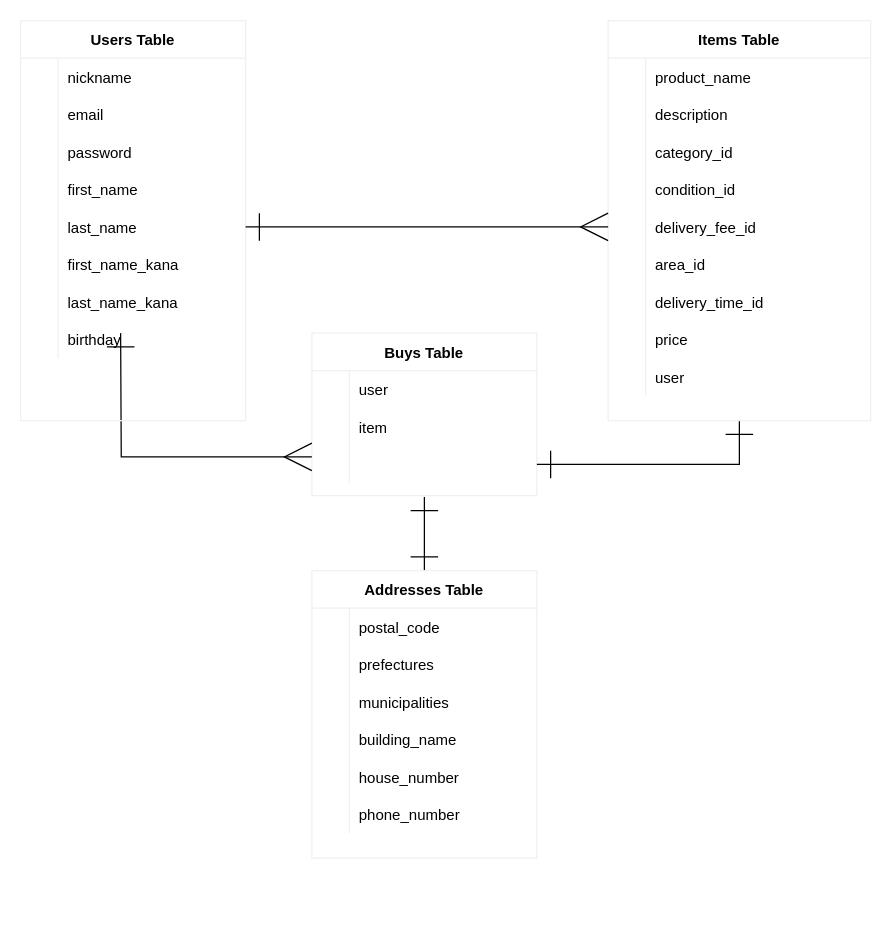
Above: ER.dio in Bach42b/furima-32402 (draw.io), before the change. Source tidied: cells renumbered, new cells numbered last; positions are measured from the earlier drawing's top-left corner, leaving out a move shared by most shapes. Both pictures are drawn from the tidied source at 125%, with x=0, y=0 at pixel (20, 20).
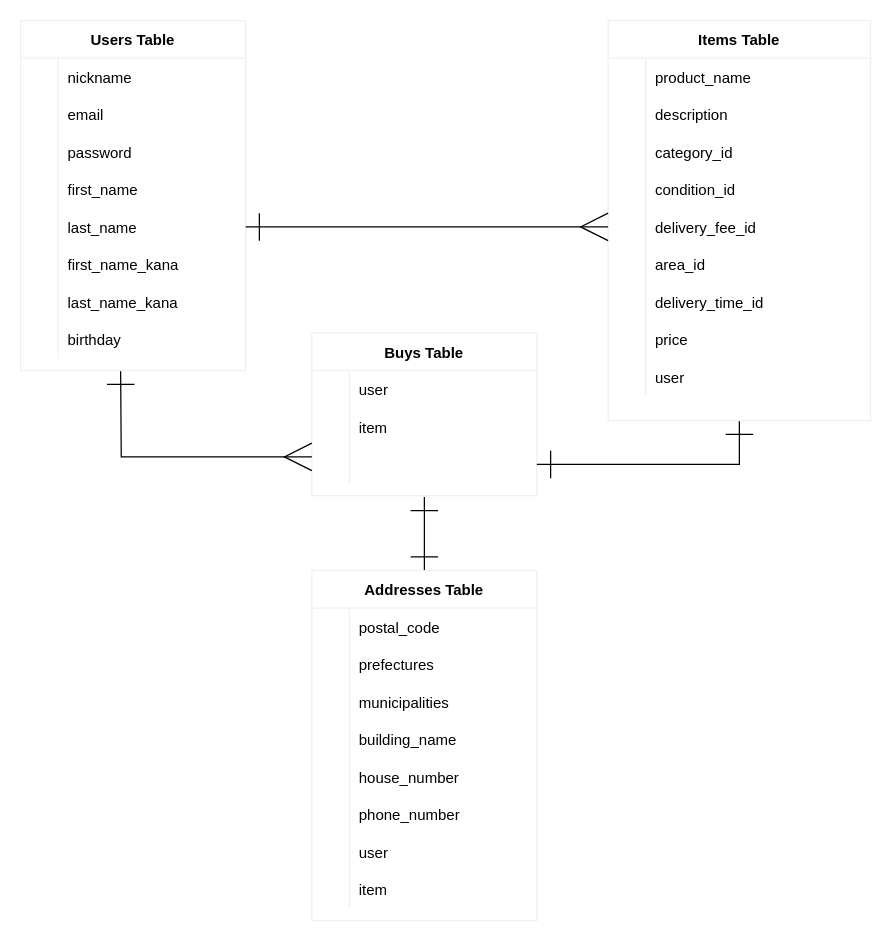
After the change.

Commit message:
データベース設計修正(3)　ER図

Unchanged cells that the change refers to:
```xml
<mxCell id="10" style="shape=partialRectangle;fillColor=none;top=0;left=0;bottom=0;right=0;points=[[0,0.5],[1,0.5]];portConstraint=eastwest;" parent="3" vertex="1">
  <mxGeometry y="90" width="180" height="30" as="geometry" />
</mxCell>
```

Diff of the diagram source:
```diff
@@
     <mxCell id="13" style="edgeStyle=orthogonalEdgeStyle;rounded=0;jettySize=auto;html=1;entryX=0;entryY=0.3;entryDx=0;entryDy=0;entryPerimeter=0;endArrow=ERmany;endFill=0;startSize=20;endSize=20;startArrow=ERone;startFill=0;" parent="1" edge="1" target="10">
       <mxGeometry relative="1" as="geometry">
-        <mxPoint x="80" y="250" as="sourcePoint" />
+        <mxPoint x="80" y="280" as="sourcePoint" />
       </mxGeometry>
     </mxCell>
@@
     <mxCell id="43" value="Addresses Table" style="shape=table;startSize=30;childLayout=tableLayout;rowLines=0;fontStyle=1;align=center;shadow=0;sketch=0;strokeColor=#f0f0f0;strokeWidth=1;fillColor=none;" parent="1" vertex="1">
-      <mxGeometry x="233" y="440" width="180" height="230" as="geometry" />
+      <mxGeometry x="233" y="440" width="180" height="280" as="geometry" />
     </mxCell>
@@
+    <mxCell id="88" style="shape=partialRectangle;fillColor=none;top=0;left=0;bottom=0;right=0;" parent="43" vertex="1">
+      <mxGeometry y="210" width="180" height="30" as="geometry" />
+    </mxCell>
+    <mxCell id="89" style="shape=partialRectangle;fillColor=none;top=0;left=0;bottom=0;right=0;overflow=hidden;" parent="88" vertex="1">
+      <mxGeometry width="30" height="30" as="geometry" />
+    </mxCell>
+    <mxCell id="90" value="user" style="shape=partialRectangle;fillColor=none;top=0;left=0;bottom=0;right=0;align=left;spacingLeft=6;overflow=hidden;" parent="88" vertex="1">
+      <mxGeometry x="30" width="150" height="30" as="geometry" />
+    </mxCell>
+    <mxCell id="91" style="shape=partialRectangle;fillColor=none;top=0;left=0;bottom=0;right=0;" parent="43" vertex="1">
+      <mxGeometry y="240" width="180" height="30" as="geometry" />
+    </mxCell>
+    <mxCell id="92" style="shape=partialRectangle;fillColor=none;top=0;left=0;bottom=0;right=0;overflow=hidden;" parent="91" vertex="1">
+      <mxGeometry width="30" height="30" as="geometry" />
+    </mxCell>
+    <mxCell id="93" value="item" style="shape=partialRectangle;fillColor=none;top=0;left=0;bottom=0;right=0;align=left;spacingLeft=6;overflow=hidden;" parent="91" vertex="1">
+      <mxGeometry x="30" width="150" height="30" as="geometry" />
+    </mxCell>
     <mxCell id="62" value="Users Table" style="shape=table;startSize=30;childLayout=tableLayout;rowLines=0;fontStyle=1;align=center;shadow=0;sketch=0;strokeColor=#f0f0f0;strokeWidth=1;labelBorderColor=#FFFFFF;perimeterSpacing=1;fillColor=none;" parent="1" vertex="1">
-      <mxGeometry width="180" height="320" as="geometry" />
+      <mxGeometry width="180" height="280" as="geometry" />
     </mxCell>
```
